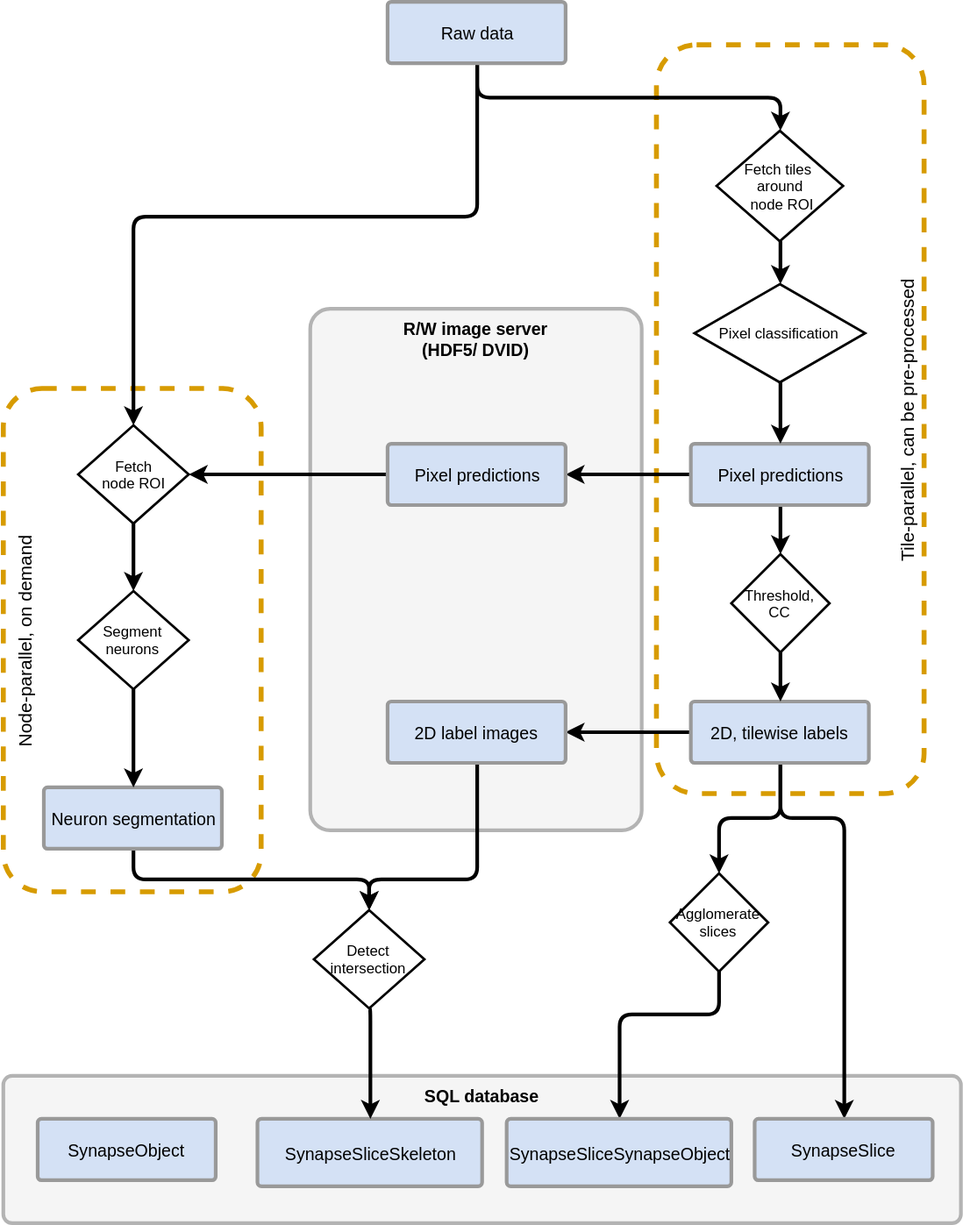
Above: architecture/architecture_v2.svg in k-dominik/skeleton_synapses (draw.io), before the change. Source tidied: cells renumbered, new cells last; positions are measured from the earlier drawing's top-left corner, leaving out a move shared by most shapes.
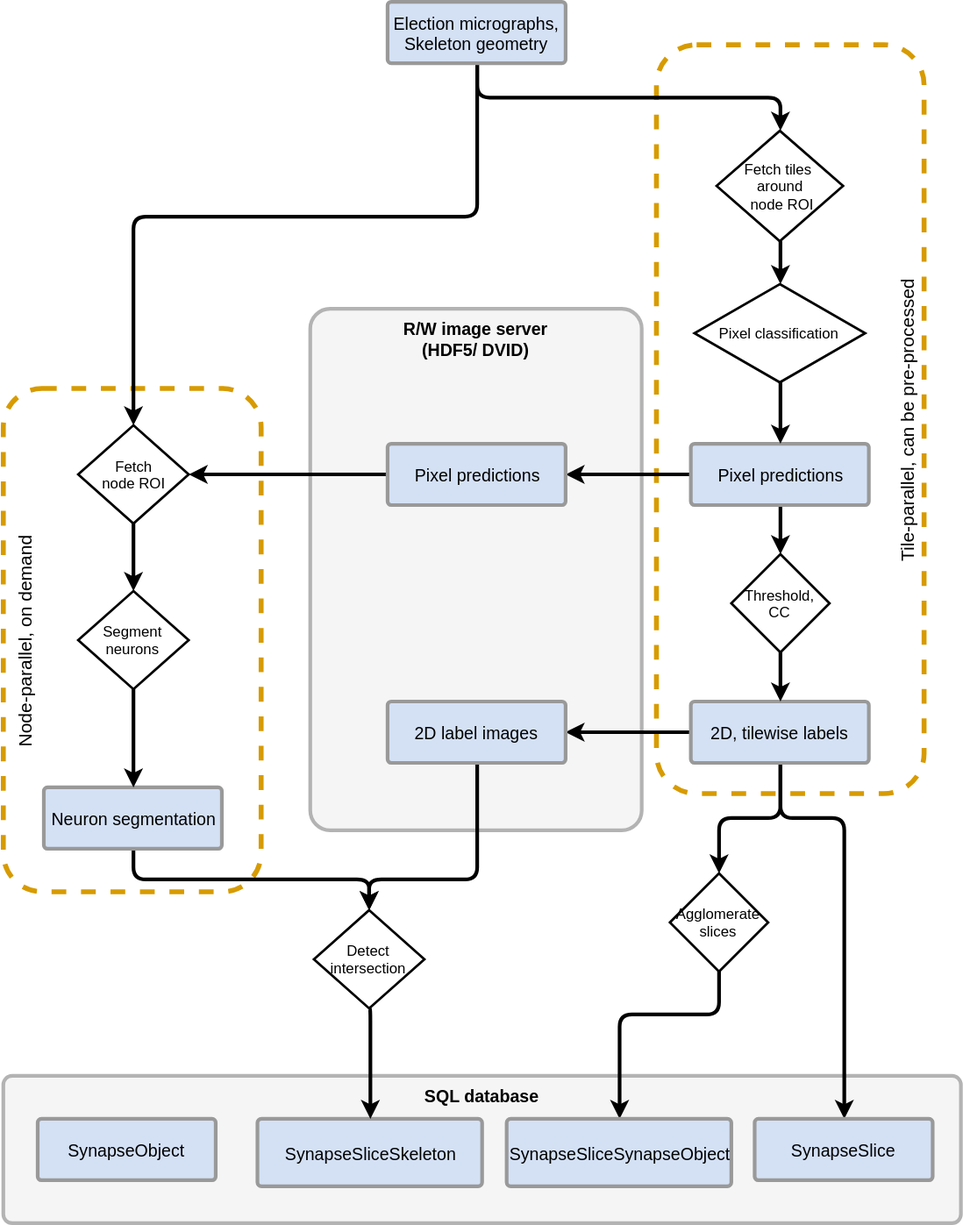
The same file after the commit.

Diff of the diagram source:
```diff
@@ -98,7 +98,7 @@
         </Array>
       </mxGeometry>
     </mxCell>
-    <mxCell id="29" value="Raw data" style="strokeWidth=3;html=1;shape=mxgraph.flowchart.process;whiteSpace=wrap;fillColor=#D4E1F5;fontSize=14;strokeColor=#999999;" parent="1" vertex="1">
+    <mxCell id="29" value="Election micrographs,&lt;div&gt;Skeleton geometry&lt;/div&gt;" style="strokeWidth=3;html=1;shape=mxgraph.flowchart.process;whiteSpace=wrap;fillColor=#D4E1F5;fontSize=14;strokeColor=#999999;" parent="1" vertex="1">
       <mxGeometry x="313" width="145" height="50" as="geometry" />
     </mxCell>
     <mxCell id="30" style="edgeStyle=orthogonalEdgeStyle;rounded=1;html=1;exitX=0;exitY=0.5;exitPerimeter=0;entryX=1;entryY=0.5;startArrow=none;startFill=0;jettySize=auto;strokeColor=#000000;strokeWidth=3;fontSize=12;" parent="1" edge="1" source="31" target="24">
```
